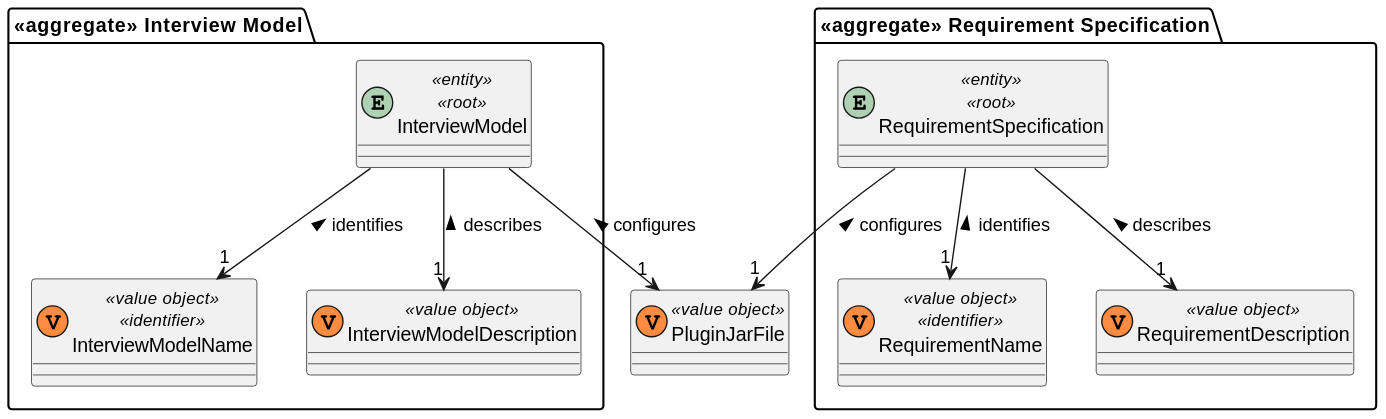
rita-barbosa/LAPR4-2324 keeps this PlantUML diagram as docs/sb_us_1008/Helpful-Domain-Model-Excerpt.svg. Above is the earlier version.
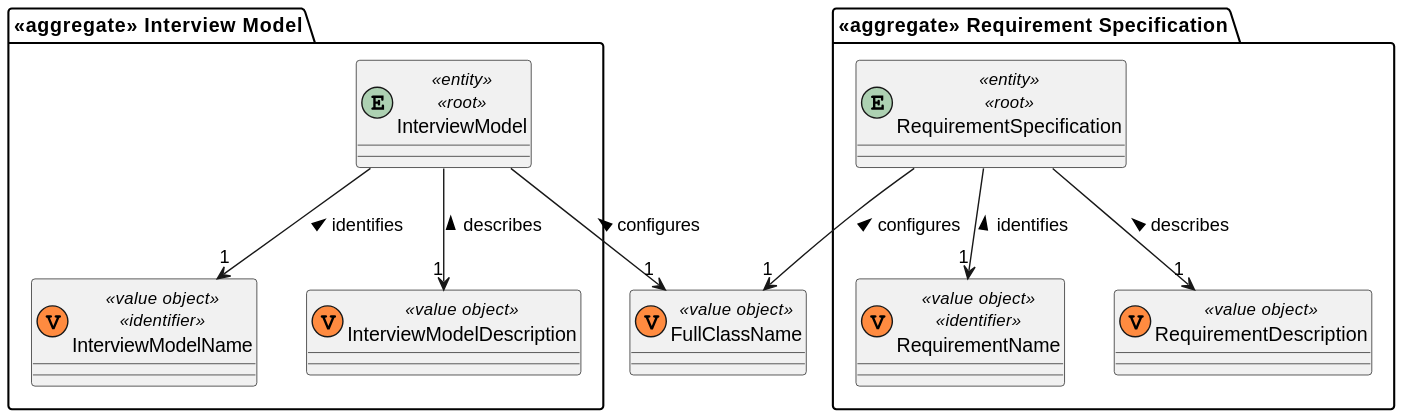
Later version of the same file.

The edit, as a diff of the source:
```diff
@@ -1,6 +1,6 @@
 @startuml
 
-class PluginJarFile <<(V,#FF8B40) value object>> {}
+class FullClassName <<(V,#FF8B40) value object>> {}
 
 package "<<aggregate>> Interview Model" {
     entity InterviewModel <<entity>> <<root>>  {}
@@ -16,8 +16,8 @@
 
 InterviewModel --> "1" InterviewModelName: identifies <
 InterviewModel --> "1" InterviewModelDescription: describes <
-InterviewModel --> "1" PluginJarFile: configures <
+InterviewModel --> "1" FullClassName: configures <
 RequirementSpecification --> "1" RequirementName: identifies <
 RequirementSpecification --> "1" RequirementDescription: describes <
-RequirementSpecification --> "1" PluginJarFile: configures <
+RequirementSpecification --> "1" FullClassName: configures <
 @enduml
```
